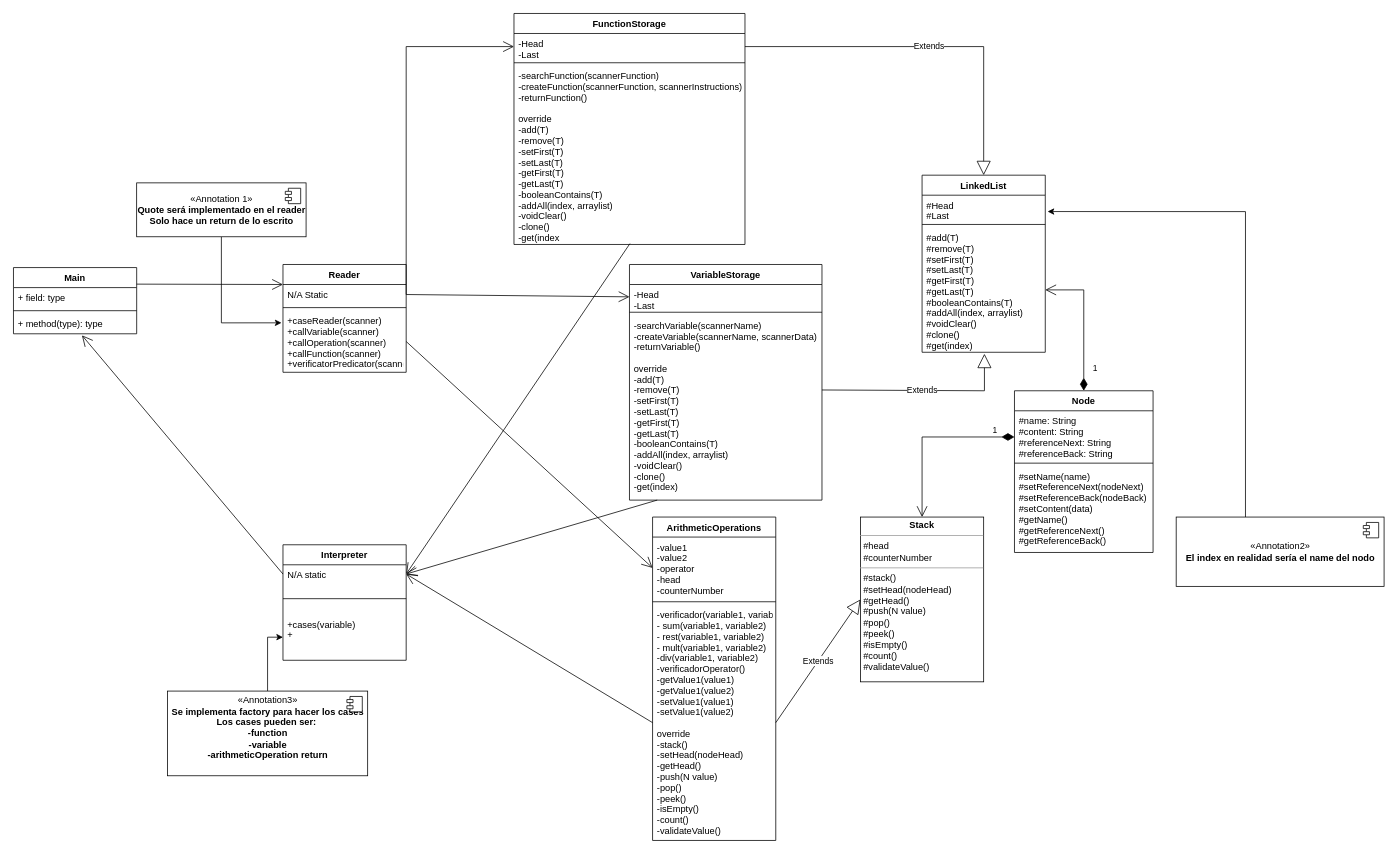
DiggsPapu/Proyect1_Lisp_Interpreter keeps this draw.io diagram as Untitled Diagram.drawio. Above is the earlier version. Source tidied: cells renumbered, new cells numbered last; positions are measured from the earlier drawing's top-left corner, leaving out a move shared by most shapes. Both pictures are drawn from the tidied source at 77%, with x=0, y=0 at pixel (13, 13).
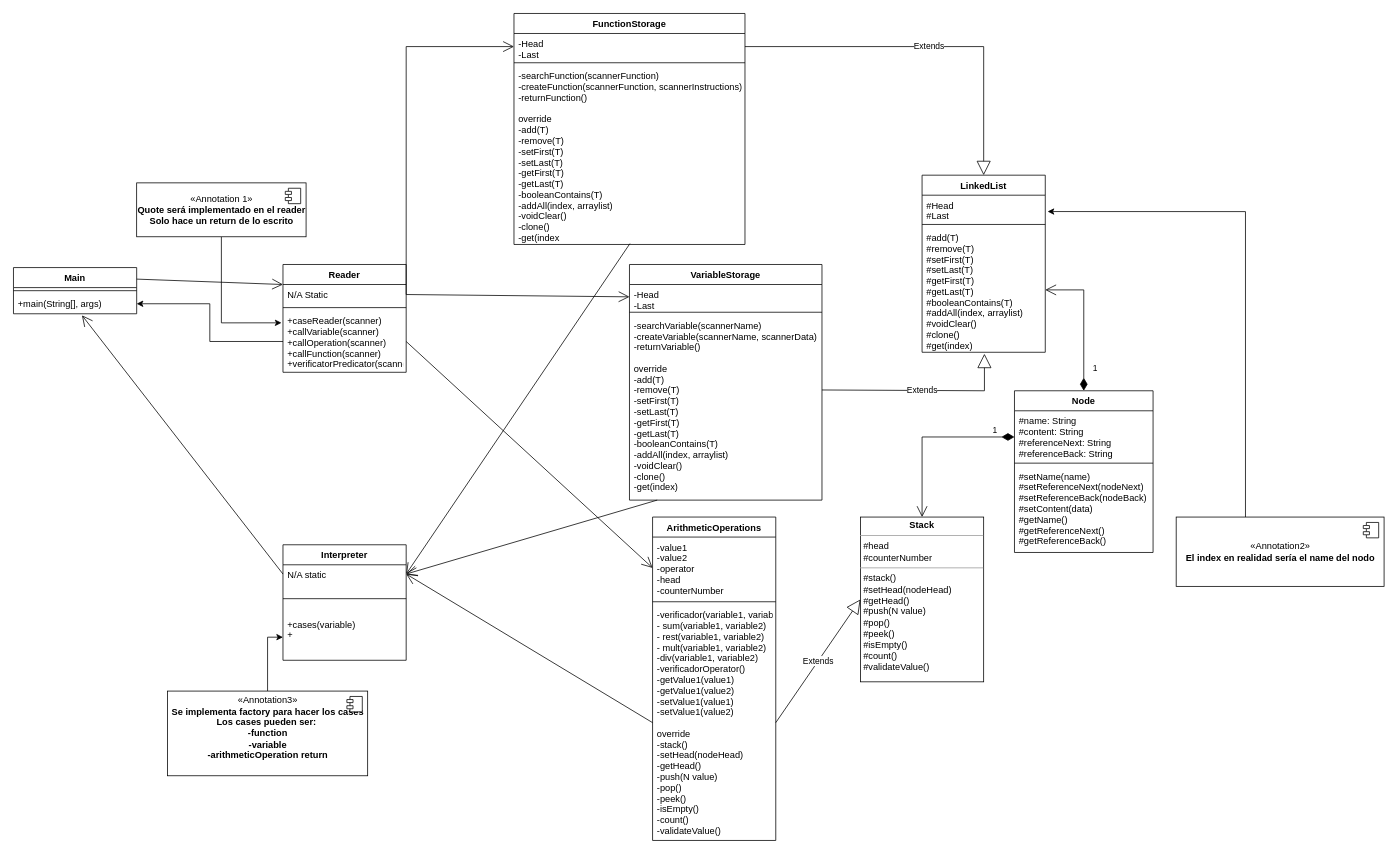
The same page after the edit.

The change refers to these unchanged cells:
```xml
<mxCell id="10" value="+caseReader(scanner)&#10;+callVariable(scanner)&#10;+callOperation(scanner)&#10;+callFunction(scanner)&#10;+verificatorPredicator(scanner)&#10;" style="text;strokeColor=none;fillColor=none;align=left;verticalAlign=top;spacingLeft=4;spacingRight=4;overflow=hidden;points=[[0,0.5],[1,0.5]];portConstraint=eastwest;" parent="6" vertex="1">
  <mxGeometry y="60" width="160" height="80" as="geometry" />
</mxCell>
```

Change to the diagram source:
```diff
@@
     <mxCell id="2" value="Main&#10;" style="swimlane;fontStyle=1;align=center;verticalAlign=top;horizontal=1;startSize=26;" parent="1" vertex="1">
-      <mxGeometry y="330" width="160" height="86" as="geometry" />
+      <mxGeometry y="330" width="160" height="60" as="geometry" />
     </mxCell>
-    <mxCell id="3" value="+ field: type" style="text;strokeColor=none;fillColor=none;align=left;verticalAlign=top;spacingLeft=4;spacingRight=4;overflow=hidden;" parent="2" vertex="1">
-      <mxGeometry y="26" width="160" height="26" as="geometry" />
-    </mxCell>
     <mxCell id="4" style="line;strokeWidth=1;fillColor=none;align=left;verticalAlign=middle;spacingTop=-1;spacingLeft=3;spacingRight=3;labelPosition=right;" parent="2" vertex="1">
-      <mxGeometry y="52" width="160" height="8" as="geometry" />
+      <mxGeometry y="26" width="160" height="8" as="geometry" />
     </mxCell>
-    <mxCell id="5" value="+ method(type): type" style="text;strokeColor=none;fillColor=none;align=left;verticalAlign=top;spacingLeft=4;spacingRight=4;overflow=hidden;points=[[0,0.5],[1,0.5]];portConstraint=eastwest;" parent="2" vertex="1">
-      <mxGeometry y="60" width="160" height="26" as="geometry" />
+    <mxCell id="5" value="+main(String[], args)" style="text;strokeColor=none;fillColor=none;align=left;verticalAlign=top;spacingLeft=4;spacingRight=4;overflow=hidden;points=[[0,0.5],[1,0.5]];portConstraint=eastwest;" parent="2" vertex="1">
+      <mxGeometry y="34" width="160" height="26" as="geometry" />
     </mxCell>
@@
+    <mxCell id="57" style="edgeStyle=orthogonalEdgeStyle;rounded=0;jettySize=auto;html=1;exitX=0;exitY=0.5;exitDx=0;exitDy=0;entryX=1;entryY=0.5;entryDx=0;entryDy=0;" parent="1" edge="1" source="10" target="5">
+      <mxGeometry relative="1" as="geometry" />
+    </mxCell>
```
